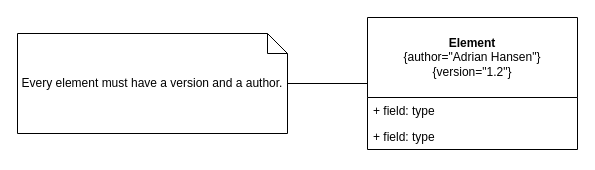
This is Profile_Diagram.drawio from Adrian-Hansen-dev/software-architecture, a draw.io file, before an edit. Source tidied: cells renumbered, new cells numbered last; positions are measured from the earlier drawing's top-left corner, leaving out a move shared by most shapes. Both pictures are drawn from the tidied source at 100%, with x=0, y=0 at pixel (17, 17).
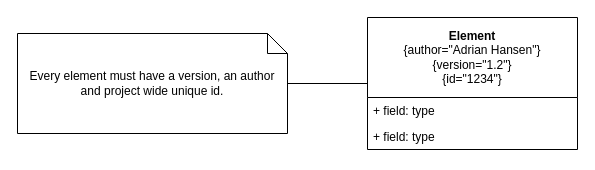
The same diagram, later.

The edit, as a diff of the source:
```diff
@@
 <mxGraphModel>
   <root>
     <mxCell id="0" />
     <mxCell id="1" parent="0" />
-    <mxCell id="2" value="&lt;b&gt;Element&lt;/b&gt;&lt;div&gt;{author=&quot;Adrian Hansen&quot;}&lt;/div&gt;&lt;div&gt;{version=&quot;1.2&quot;}&lt;/div&gt;" style="swimlane;fontStyle=0;horizontal=1;startSize=80;fillColor=none;whiteSpace=wrap;html=1;" parent="1" vertex="1">
+    <mxCell id="2" value="&lt;b&gt;Element&lt;/b&gt;&lt;div&gt;{author=&quot;Adrian Hansen&quot;}&lt;/div&gt;&lt;div&gt;{version=&quot;1.2&quot;}&lt;/div&gt;&lt;div&gt;{id=&quot;1234&quot;}&lt;/div&gt;" style="swimlane;fontStyle=0;horizontal=1;startSize=80;fillColor=none;whiteSpace=wrap;html=1;" parent="1" vertex="1">
       <mxGeometry x="350" width="210" height="132" as="geometry" />
     </mxCell>
     <mxCell id="3" value="+ field: type" style="text;strokeColor=none;fillColor=none;align=left;verticalAlign=top;spacingLeft=4;spacingRight=4;overflow=hidden;whiteSpace=wrap;html=1;" parent="2" vertex="1">
       <mxGeometry y="80" width="210" height="26" as="geometry" />
     </mxCell>
     <mxCell id="4" value="+ field: type" style="text;strokeColor=none;fillColor=none;align=left;verticalAlign=top;spacingLeft=4;spacingRight=4;overflow=hidden;whiteSpace=wrap;html=1;" parent="2" vertex="1">
       <mxGeometry y="106" width="210" height="26" as="geometry" />
     </mxCell>
     <mxCell id="5" style="edgeStyle=orthogonalEdgeStyle;rounded=0;jettySize=auto;html=1;endArrow=none;endFill=0;" parent="1" edge="1" source="6" target="2">
       <mxGeometry relative="1" as="geometry" />
     </mxCell>
-    <mxCell id="6" value="Every element must have a version and a author." style="shape=note;size=20;whiteSpace=wrap;html=1;" parent="1" vertex="1">
+    <mxCell id="6" value="Every element must have a version, an author and project wide unique id." style="shape=note;size=20;whiteSpace=wrap;html=1;" parent="1" vertex="1">
       <mxGeometry y="16" width="270" height="100" as="geometry" />
     </mxCell>
   </root>
 </mxGraphModel>
```
